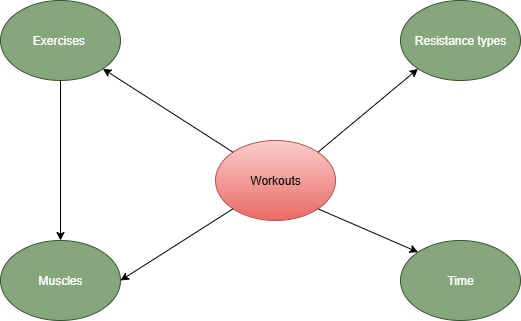
Codrul/Gym-Data-Tracker keeps this draw.io diagram as Images/conceptual_model.png. Above is the earlier version. Source tidied: cells renumbered, new cells last; positions are measured from the earlier drawing's top-left corner, leaving out a move shared by most shapes. The source it was exported from:
```xml
<mxGraphModel>
  <root>
    <mxCell id="0" />
    <mxCell id="1" parent="0" />
    <mxCell id="2" value="Exercises&amp;nbsp;" style="ellipse;whiteSpace=wrap;html=1;fillColor=#86A77C;fontColor=#ffffff;strokeColor=#3A5431;" parent="1" vertex="1">
      <mxGeometry width="120" height="80" as="geometry" />
    </mxCell>
    <mxCell id="3" value="Muscles" style="ellipse;whiteSpace=wrap;html=1;fillColor=#86A77C;fontColor=#ffffff;strokeColor=#3A5431;" parent="1" vertex="1">
      <mxGeometry y="240" width="120" height="80" as="geometry" />
    </mxCell>
    <mxCell id="4" value="Workouts" style="ellipse;whiteSpace=wrap;html=1;fillColor=#f8cecc;strokeColor=#b85450;gradientColor=#ea6b66;" parent="1" vertex="1">
      <mxGeometry x="215" y="140" width="120" height="80" as="geometry" />
    </mxCell>
    <mxCell id="5" value="Resistance types" style="ellipse;whiteSpace=wrap;html=1;fillColor=#86A77C;fontColor=#ffffff;strokeColor=#3A5431;" parent="1" vertex="1">
      <mxGeometry x="400" width="120" height="80" as="geometry" />
    </mxCell>
    <mxCell id="6" value="Time" style="ellipse;whiteSpace=wrap;html=1;fillColor=#86A77C;fontColor=#ffffff;strokeColor=#3A5431;" parent="1" vertex="1">
      <mxGeometry x="400" y="240" width="120" height="80" as="geometry" />
    </mxCell>
    <mxCell id="7" style="endArrow=classic;html=1;rounded=0;exitX=0;exitY=0;exitDx=0;exitDy=0;entryX=1;entryY=1;entryDx=0;entryDy=0;" parent="1" edge="1" source="4" target="2">
      <mxGeometry relative="1" as="geometry" />
    </mxCell>
    <mxCell id="8" style="endArrow=classic;html=1;rounded=0;exitX=1;exitY=0;exitDx=0;exitDy=0;entryX=0;entryY=1;entryDx=0;entryDy=0;" parent="1" edge="1" source="4" target="5">
      <mxGeometry relative="1" as="geometry" />
    </mxCell>
    <mxCell id="9" style="endArrow=classic;html=1;rounded=0;exitX=0;exitY=1;exitDx=0;exitDy=0;entryX=1;entryY=0.5;entryDx=0;entryDy=0;" parent="1" edge="1" source="4" target="3">
      <mxGeometry relative="1" as="geometry" />
    </mxCell>
    <mxCell id="10" style="endArrow=classic;html=1;rounded=0;exitX=1;exitY=1;exitDx=0;exitDy=0;entryX=0;entryY=0;entryDx=0;entryDy=0;" parent="1" edge="1" source="4" target="6">
      <mxGeometry relative="1" as="geometry" />
    </mxCell>
    <mxCell id="11" style="endArrow=classic;html=1;rounded=0;exitX=0.5;exitY=1;exitDx=0;exitDy=0;entryX=0.5;entryY=0;entryDx=0;entryDy=0;" parent="1" edge="1" source="2" target="3">
      <mxGeometry relative="1" as="geometry" />
    </mxCell>
  </root>
</mxGraphModel>
```
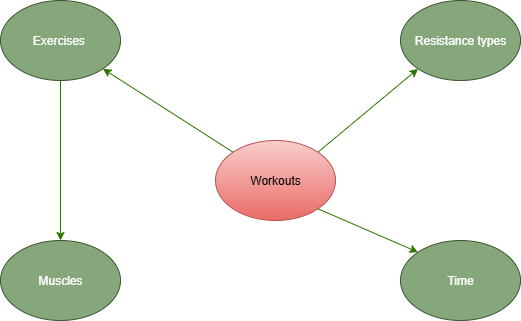
Above is the later version.

Commit message:
updated model diagrams with better colour contrast and modified relationship lines

The edit, as a diff of the source:
```diff
@@ -17,19 +17,16 @@
     <mxCell id="6" value="Time" style="ellipse;whiteSpace=wrap;html=1;fillColor=#86A77C;fontColor=#ffffff;strokeColor=#3A5431;" parent="1" vertex="1">
       <mxGeometry x="400" y="240" width="120" height="80" as="geometry" />
     </mxCell>
-    <mxCell id="7" style="endArrow=classic;html=1;rounded=0;exitX=0;exitY=0;exitDx=0;exitDy=0;entryX=1;entryY=1;entryDx=0;entryDy=0;" parent="1" edge="1" source="4" target="2">
+    <mxCell id="7" style="endArrow=classic;html=1;rounded=0;exitX=0;exitY=0;exitDx=0;exitDy=0;entryX=1;entryY=1;entryDx=0;entryDy=0;fillColor=#60a917;strokeColor=#2D7600;" parent="1" edge="1" source="4" target="2">
       <mxGeometry relative="1" as="geometry" />
     </mxCell>
-    <mxCell id="8" style="endArrow=classic;html=1;rounded=0;exitX=1;exitY=0;exitDx=0;exitDy=0;entryX=0;entryY=1;entryDx=0;entryDy=0;" parent="1" edge="1" source="4" target="5">
+    <mxCell id="8" style="endArrow=classic;html=1;rounded=0;exitX=1;exitY=0;exitDx=0;exitDy=0;entryX=0;entryY=1;entryDx=0;entryDy=0;fillColor=#60a917;strokeColor=#2D7600;" parent="1" edge="1" source="4" target="5">
       <mxGeometry relative="1" as="geometry" />
     </mxCell>
-    <mxCell id="9" style="endArrow=classic;html=1;rounded=0;exitX=0;exitY=1;exitDx=0;exitDy=0;entryX=1;entryY=0.5;entryDx=0;entryDy=0;" parent="1" edge="1" source="4" target="3">
-      <mxGeometry relative="1" as="geometry" />
-    </mxCell>
-    <mxCell id="10" style="endArrow=classic;html=1;rounded=0;exitX=1;exitY=1;exitDx=0;exitDy=0;entryX=0;entryY=0;entryDx=0;entryDy=0;" parent="1" edge="1" source="4" target="6">
+    <mxCell id="10" style="endArrow=classic;html=1;rounded=0;exitX=1;exitY=1;exitDx=0;exitDy=0;entryX=0;entryY=0;entryDx=0;entryDy=0;fillColor=#60a917;strokeColor=#2D7600;" parent="1" edge="1" source="4" target="6">
       <mxGeometry relative="1" as="geometry" />
     </mxCell>
-    <mxCell id="11" style="endArrow=classic;html=1;rounded=0;exitX=0.5;exitY=1;exitDx=0;exitDy=0;entryX=0.5;entryY=0;entryDx=0;entryDy=0;" parent="1" edge="1" source="2" target="3">
+    <mxCell id="11" style="endArrow=classic;html=1;rounded=0;exitX=0.5;exitY=1;exitDx=0;exitDy=0;entryX=0.5;entryY=0;entryDx=0;entryDy=0;fillColor=#60a917;strokeColor=#2D7600;" parent="1" edge="1" source="2" target="3">
       <mxGeometry relative="1" as="geometry" />
     </mxCell>
   </root>
```
